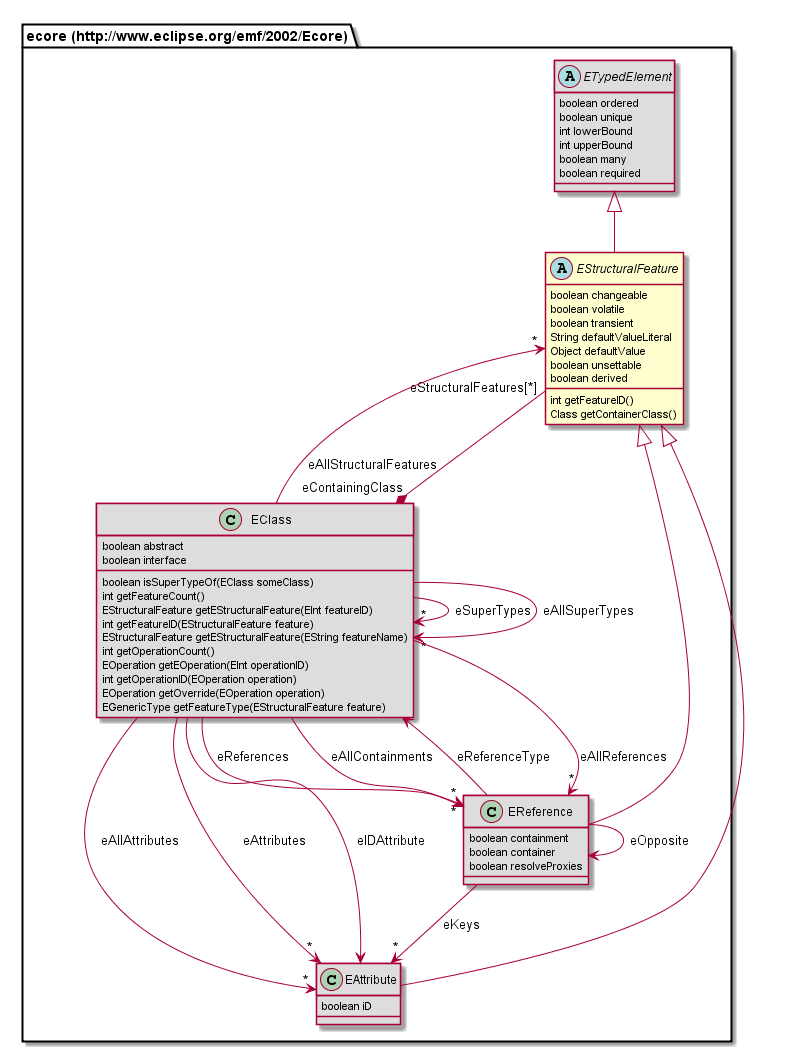
Earlier version of the PlantUML export org.nasdanika.codegen.editor/doc/model/687474703a2f2f7777772e65636c697073652e6f72672f656d662f323030322f45636f7265/EStructuralFeature.png (Nasdanika/codegen).
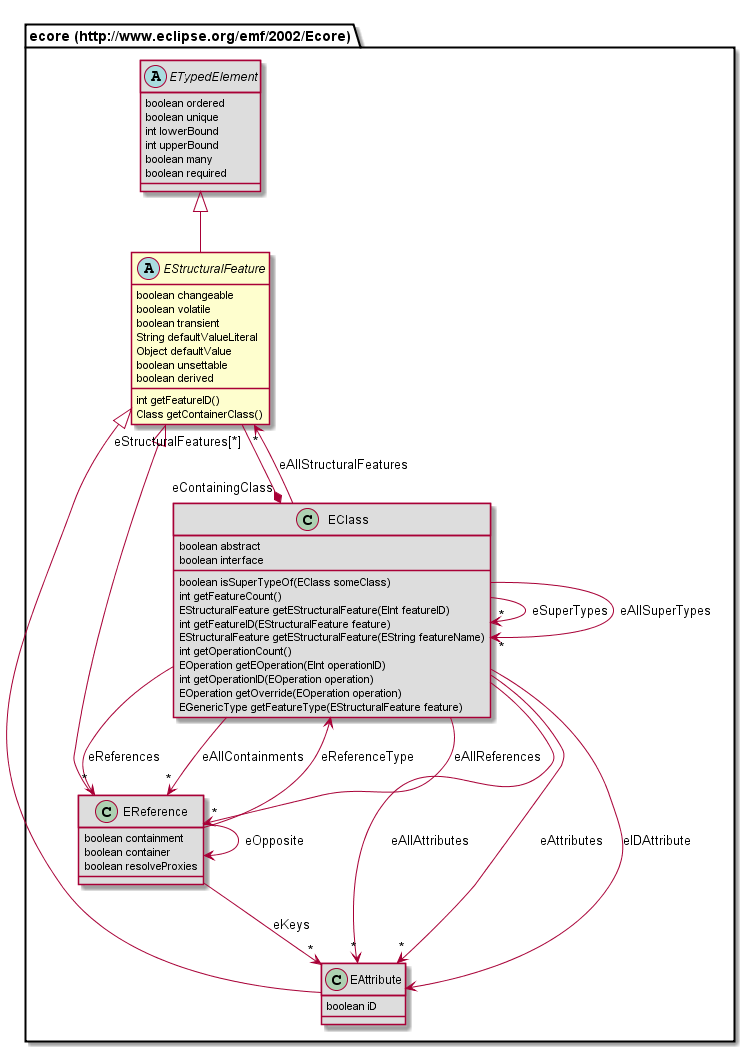
The same file after the commit.

Change to the diagram source:
```diff
@@ -1,5 +1,5 @@
 @startuml
-abstract class "ecore (http://www.eclipse.org/emf/2002/Ecore).EStructuralFeature" {
+abstract class "ecore (http://www.eclipse.org/emf/2002/Ecore).EStructuralFeature" [[EStructuralFeature.html]] {
 	boolean changeable
 	boolean volatile
 	boolean transient
@@ -10,15 +10,7 @@
 	int getFeatureID()
 	Class getContainerClass()
 }
-abstract class "ecore (http://www.eclipse.org/emf/2002/Ecore).ETypedElement" #DDDDDD {
-	boolean ordered
-	boolean unique
-	int lowerBound
-	int upperBound
-	boolean many
-	boolean required
-}
-class "ecore (http://www.eclipse.org/emf/2002/Ecore).EClass" #DDDDDD {
+class "ecore (http://www.eclipse.org/emf/2002/Ecore).EClass" [[EClass.html]] #DDDDDD {
 	boolean abstract
 	boolean interface
 	boolean isSuperTypeOf(EClass someClass)
@@ -32,17 +24,25 @@
 	EOperation getOverride(EOperation operation)
 	EGenericType getFeatureType(EStructuralFeature feature)
 }
-class "ecore (http://www.eclipse.org/emf/2002/Ecore).EReference" #DDDDDD {
+class "ecore (http://www.eclipse.org/emf/2002/Ecore).EAttribute" [[EAttribute.html]] #DDDDDD {
+	boolean iD
+}
+class "ecore (http://www.eclipse.org/emf/2002/Ecore).EReference" [[EReference.html]] #DDDDDD {
 	boolean containment
 	boolean container
 	boolean resolveProxies
 }
-class "ecore (http://www.eclipse.org/emf/2002/Ecore).EAttribute" #DDDDDD {
-	boolean iD
+abstract class "ecore (http://www.eclipse.org/emf/2002/Ecore).ETypedElement" [[ETypedElement.html]] #DDDDDD {
+	boolean ordered
+	boolean unique
+	int lowerBound
+	int upperBound
+	boolean many
+	boolean required
 }
 "ecore (http://www.eclipse.org/emf/2002/Ecore).ETypedElement" <|-- "ecore (http://www.eclipse.org/emf/2002/Ecore).EStructuralFeature"
+"ecore (http://www.eclipse.org/emf/2002/Ecore).EStructuralFeature" <|-- "ecore (http://www.eclipse.org/emf/2002/Ecore).EAttribute"
 "ecore (http://www.eclipse.org/emf/2002/Ecore).EStructuralFeature" <|-- "ecore (http://www.eclipse.org/emf/2002/Ecore).EReference"
-"ecore (http://www.eclipse.org/emf/2002/Ecore).EStructuralFeature" <|-- "ecore (http://www.eclipse.org/emf/2002/Ecore).EAttribute"
 "ecore (http://www.eclipse.org/emf/2002/Ecore).EStructuralFeature" "eStructuralFeatures[*]" --* "eContainingClass" "ecore (http://www.eclipse.org/emf/2002/Ecore).EClass"
 "ecore (http://www.eclipse.org/emf/2002/Ecore).EClass" --> "*" "ecore (http://www.eclipse.org/emf/2002/Ecore).EClass" : eSuperTypes
 "ecore (http://www.eclipse.org/emf/2002/Ecore).EClass" --> "*" "ecore (http://www.eclipse.org/emf/2002/Ecore).EAttribute" : eAllAttributes
```
